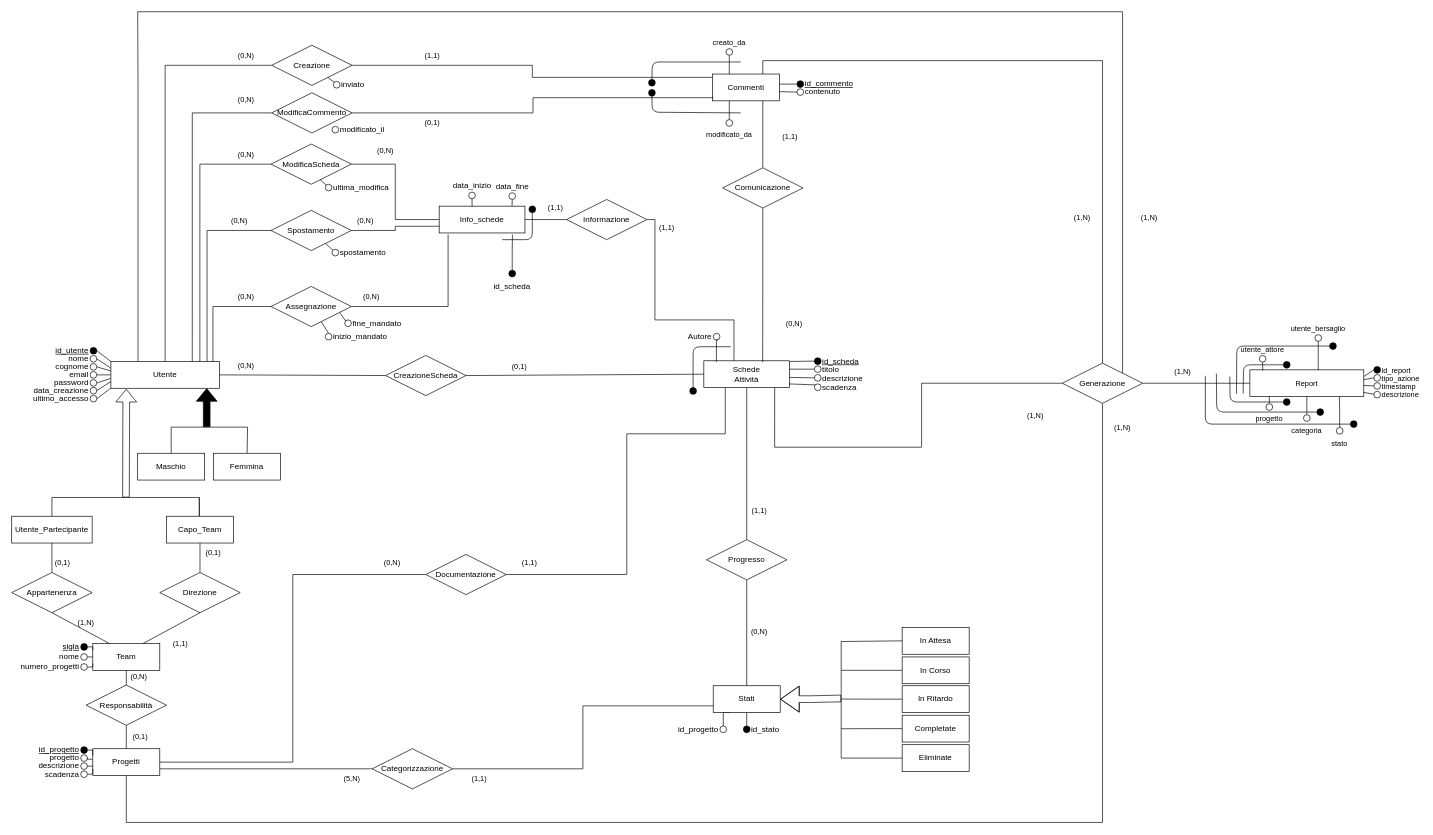
LuigiPuca/SWBD keeps this draw.io diagram as modello ER Progetti Collaborativi.drawio. Above is the earlier version. Source tidied: cells renumbered, new cells numbered last; positions are measured from the earlier drawing's top-left corner, leaving out a move shared by most shapes. Both pictures are drawn from the tidied source at 67%, with x=0, y=0 at pixel (11, 11).
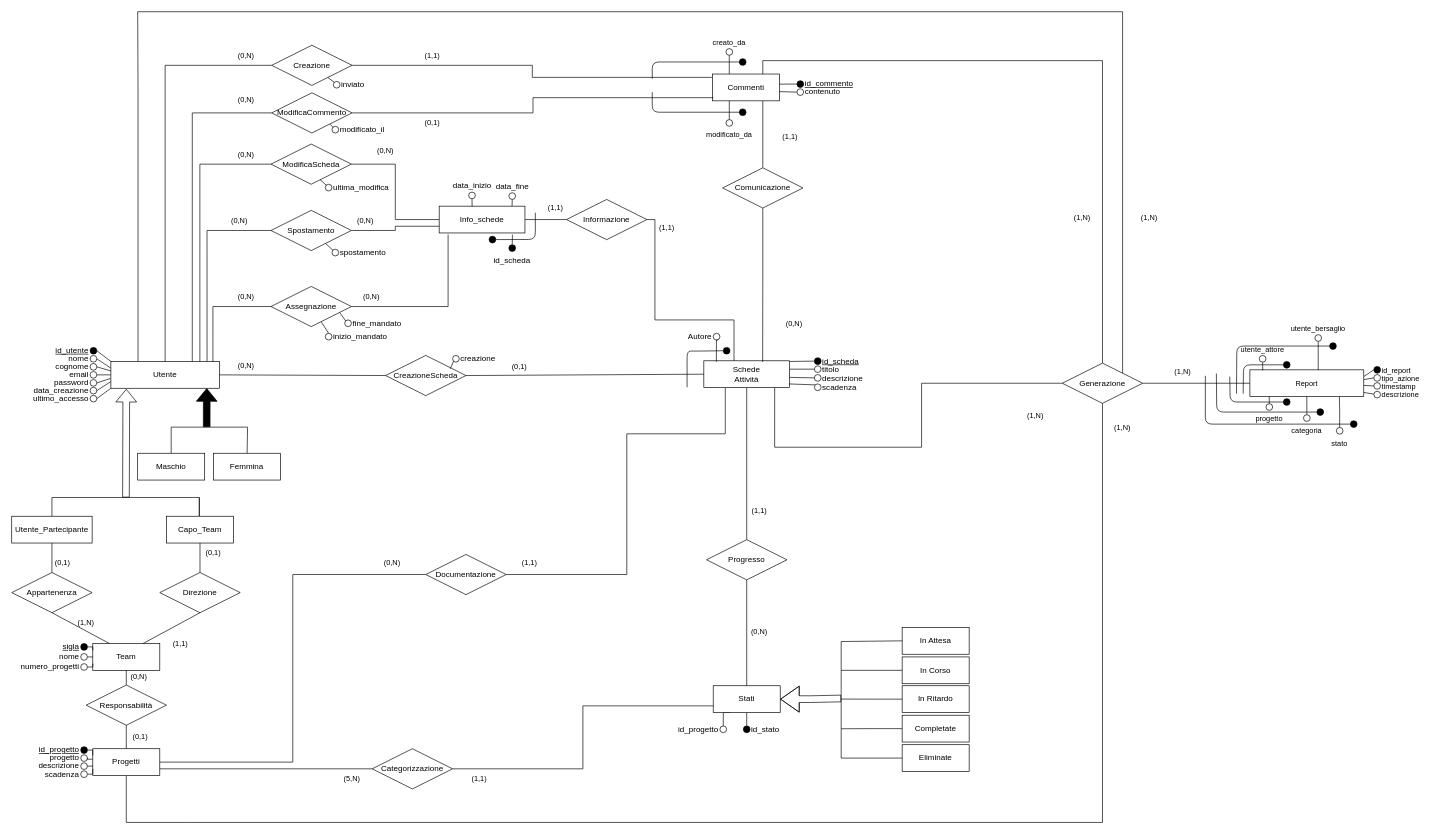
After the change.

Unchanged cells that the change refers to:
```xml
<mxCell id="52" value="CreazioneScheda" style="shape=rhombus;perimeter=rhombusPerimeter;whiteSpace=wrap;html=1;align=center;" parent="1" vertex="1">
  <mxGeometry x="558" y="513" width="120" height="60" as="geometry" />
</mxCell>
<mxCell id="68" value="ModificaCommento" style="shape=rhombus;perimeter=rhombusPerimeter;whiteSpace=wrap;html=1;align=center;" parent="1" vertex="1">
  <mxGeometry x="388" y="121" width="120" height="60" as="geometry" />
</mxCell>
<mxCell id="198" value="modificato_il" style="ellipse;html=1;align=left;labelPosition=right;verticalLabelPosition=middle;verticalAlign=middle;fillColor=#FFFFFF;strokeColor=default;fillStyle=auto;gradientColor=none;" parent="1" vertex="1">
  <mxGeometry x="478" y="171" width="10" height="10" as="geometry" />
</mxCell>
```

The edit, as a diff of the source:
```diff
@@
-    <mxCell id="98" style="edgeStyle=none;shape=connector;curved=0;rounded=1;jettySize=auto;html=1;labelBackgroundColor=default;strokeColor=default;align=center;verticalAlign=middle;fontFamily=Helvetica;fontSize=11;fontColor=default;endArrow=none;sourcePerimeterSpacing=0;targetPerimeterSpacing=0;" parent="1" edge="1" target="100">
+    <mxCell id="98" style="edgeStyle=none;shape=connector;curved=0;rounded=1;orthogonalLoop=1;jettySize=auto;html=1;labelBackgroundColor=default;strokeColor=default;align=center;verticalAlign=middle;fontFamily=Helvetica;fontSize=11;fontColor=default;endArrow=none;sourcePerimeterSpacing=0;targetPerimeterSpacing=0;" parent="1" edge="1">
       <mxGeometry relative="1" as="geometry">
         <mxPoint x="1088" y="75" as="sourcePoint" />
+        <mxPoint x="956" y="100" as="targetPoint" />
         <Array as="points">
           <mxPoint x="956" y="75" />
         </Array>
       </mxGeometry>
     </mxCell>
@@
     <mxCell id="100" style="ellipse;whiteSpace=wrap;html=1;align=right;fontStyle=4;labelBackgroundColor=none;labelPosition=left;verticalLabelPosition=middle;verticalAlign=middle;fillColor=#000000;fontFamily=Helvetica;fontSize=11;fontColor=default;" parent="1" vertex="1">
-      <mxGeometry x="950.5" y="101" width="10" height="10" as="geometry" />
+      <mxGeometry x="1086" y="70" width="10" height="10" as="geometry" />
     </mxCell>
@@
     <mxCell id="102" style="ellipse;whiteSpace=wrap;html=1;align=right;fontStyle=4;labelBackgroundColor=none;labelPosition=left;verticalLabelPosition=middle;verticalAlign=middle;fillColor=#000000;fontFamily=Helvetica;fontSize=11;fontColor=default;" parent="1" vertex="1">
-      <mxGeometry x="950.5" y="116" width="10" height="10" as="geometry" />
+      <mxGeometry x="1086" y="145" width="10" height="10" as="geometry" />
     </mxCell>
@@
-    <mxCell id="105" style="endArrow=none;html=1;rounded=1;labelBackgroundColor=default;strokeColor=default;align=center;verticalAlign=middle;fontFamily=Helvetica;fontSize=11;fontColor=default;sourcePerimeterSpacing=0;targetPerimeterSpacing=0;shape=connector;curved=0;exitX=0.5;exitY=1;exitDx=0;exitDy=0;" parent="1" edge="1" source="102">
+    <mxCell id="105" style="endArrow=none;html=1;rounded=1;labelBackgroundColor=default;strokeColor=default;align=center;verticalAlign=middle;fontFamily=Helvetica;fontSize=11;fontColor=default;sourcePerimeterSpacing=0;targetPerimeterSpacing=0;shape=connector;curved=0;exitX=0;exitY=0.5;exitDx=0;exitDy=0;" parent="1" edge="1" source="102">
       <mxGeometry relative="1" as="geometry">
-        <mxPoint x="1088" y="151" as="targetPoint" />
+        <mxPoint x="956" y="120" as="targetPoint" />
         <Array as="points">
           <mxPoint x="956" y="150" />
         </Array>
       </mxGeometry>
     </mxCell>
@@
-    <mxCell id="108" style="edgeStyle=none;shape=connector;curved=0;rounded=1;jettySize=auto;html=1;labelBackgroundColor=default;strokeColor=default;align=center;verticalAlign=middle;fontFamily=Helvetica;fontSize=11;fontColor=default;endArrow=none;sourcePerimeterSpacing=0;targetPerimeterSpacing=0;entryX=0.5;entryY=0;entryDx=0;entryDy=0;" parent="1" edge="1" target="109">
-      <mxGeometry relative="1" as="geometry">
-        <mxPoint x="1073" y="500" as="sourcePoint" />
-        <Array as="points">
-          <mxPoint x="1017" y="500" />
-        </Array>
-      </mxGeometry>
-    </mxCell>
-    <mxCell id="109" style="ellipse;whiteSpace=wrap;html=1;align=right;fontStyle=4;labelBackgroundColor=none;labelPosition=left;verticalLabelPosition=middle;verticalAlign=middle;fillColor=#000000;fontFamily=Helvetica;fontSize=11;fontColor=default;" parent="1" vertex="1">
-      <mxGeometry x="1012" y="561" width="10" height="10" as="geometry" />
-    </mxCell>
@@
     <mxCell id="160" value="id_scheda" style="ellipse;whiteSpace=wrap;html=1;align=center;labelPosition=center;verticalLabelPosition=bottom;verticalAlign=top;fillColor=#000000;strokeColor=default;fillStyle=auto;gradientColor=none;" parent="1" vertex="1">
-      <mxGeometry x="742" y="385.8" width="10" height="10" as="geometry" />
+      <mxGeometry x="742" y="347.8" width="10" height="10" as="geometry" />
     </mxCell>
-    <mxCell id="161" style="endArrow=none;html=1;rounded=1;labelBackgroundColor=default;strokeColor=default;align=center;verticalAlign=middle;fontFamily=Helvetica;fontSize=11;fontColor=default;sourcePerimeterSpacing=0;targetPerimeterSpacing=0;shape=connector;curved=0;exitX=0.5;exitY=1;exitDx=0;exitDy=0;" parent="1" edge="1" source="162">
-      <mxGeometry relative="1" as="geometry">
-        <mxPoint x="732" y="340.2" as="targetPoint" />
-        <Array as="points">
-          <mxPoint x="777" y="340.2" />
-        </Array>
-      </mxGeometry>
-    </mxCell>
-    <mxCell id="162" style="ellipse;whiteSpace=wrap;html=1;align=right;fontStyle=4;labelBackgroundColor=none;labelPosition=left;verticalLabelPosition=middle;verticalAlign=middle;fillColor=#000000;fontFamily=Helvetica;fontSize=11;fontColor=default;flipH=1;" parent="1" vertex="1">
-      <mxGeometry x="772" y="289.8" width="10" height="10" as="geometry" />
-    </mxCell>
@@
+    <mxCell id="215" value="creazione" style="ellipse;whiteSpace=wrap;html=1;align=left;labelPosition=right;verticalLabelPosition=middle;verticalAlign=middle;fillColor=#FFFFFF;strokeColor=default;fillStyle=auto;gradientColor=none;" parent="1" vertex="1">
+      <mxGeometry x="658" y="513" width="10" height="10" as="geometry" />
+    </mxCell>
+    <mxCell id="216" style="rounded=0;jettySize=auto;html=1;exitX=0;exitY=1;exitDx=0;exitDy=0;entryX=0.805;entryY=0.331;entryDx=0;entryDy=0;entryPerimeter=0;endArrow=none;endFill=0;" parent="1" edge="1" source="215" target="52">
+      <mxGeometry relative="1" as="geometry" />
+    </mxCell>
+    <mxCell id="217" style="rounded=0;jettySize=auto;html=1;exitX=0;exitY=0;exitDx=0;exitDy=0;entryX=0.726;entryY=0.782;entryDx=0;entryDy=0;entryPerimeter=0;endArrow=none;endFill=0;" parent="1" edge="1" source="198" target="68">
+      <mxGeometry relative="1" as="geometry" />
+    </mxCell>
+    <mxCell id="218" style="edgeStyle=none;shape=connector;curved=0;rounded=1;jettySize=auto;html=1;labelBackgroundColor=default;strokeColor=default;align=center;verticalAlign=middle;fontFamily=Helvetica;fontSize=11;fontColor=default;endArrow=none;sourcePerimeterSpacing=0;targetPerimeterSpacing=0;exitX=0;exitY=0.5;exitDx=0;exitDy=0;" parent="1" edge="1" source="219">
+      <mxGeometry relative="1" as="geometry">
+        <mxPoint x="1008" y="560.5" as="targetPoint" />
+        <Array as="points">
+          <mxPoint x="1028" y="506.5" />
+          <mxPoint x="1008" y="506.5" />
+        </Array>
+      </mxGeometry>
+    </mxCell>
+    <mxCell id="219" style="ellipse;whiteSpace=wrap;html=1;align=right;fontStyle=4;labelBackgroundColor=none;labelPosition=left;verticalLabelPosition=middle;verticalAlign=middle;fillColor=#000000;fontFamily=Helvetica;fontSize=11;fontColor=default;" parent="1" vertex="1">
+      <mxGeometry x="1062" y="501" width="10" height="10" as="geometry" />
+    </mxCell>
+    <mxCell id="220" style="endArrow=none;html=1;rounded=1;labelBackgroundColor=default;strokeColor=default;align=center;verticalAlign=middle;fontFamily=Helvetica;fontSize=11;fontColor=default;sourcePerimeterSpacing=0;targetPerimeterSpacing=0;shape=connector;curved=0;exitX=1;exitY=0.5;exitDx=0;exitDy=0;" parent="1" edge="1" source="221">
+      <mxGeometry relative="1" as="geometry">
+        <mxPoint x="781.5" y="299.9" as="targetPoint" />
+        <Array as="points">
+          <mxPoint x="781.5" y="339.9" />
+        </Array>
+      </mxGeometry>
+    </mxCell>
+    <mxCell id="221" style="ellipse;whiteSpace=wrap;html=1;align=right;fontStyle=4;labelBackgroundColor=none;labelPosition=left;verticalLabelPosition=middle;verticalAlign=middle;fillColor=#000000;fontFamily=Helvetica;fontSize=11;fontColor=default;flipH=1;" parent="1" vertex="1">
+      <mxGeometry x="712.5" y="335.1" width="10" height="10" as="geometry" />
+    </mxCell>
```
